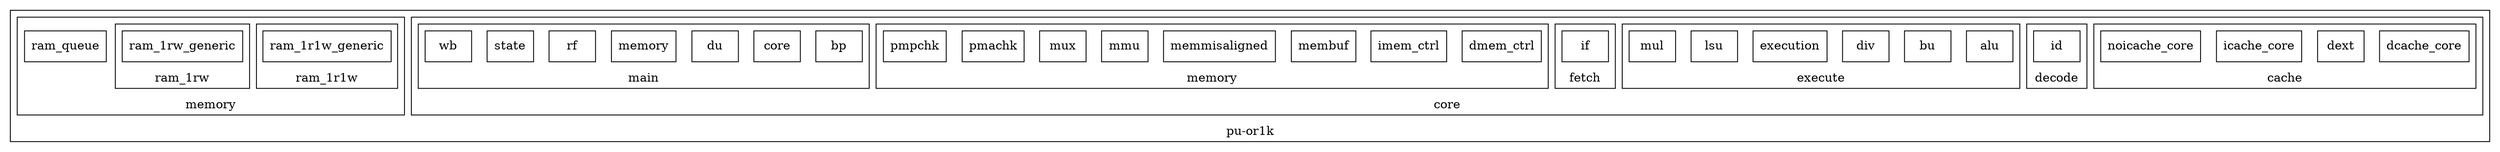
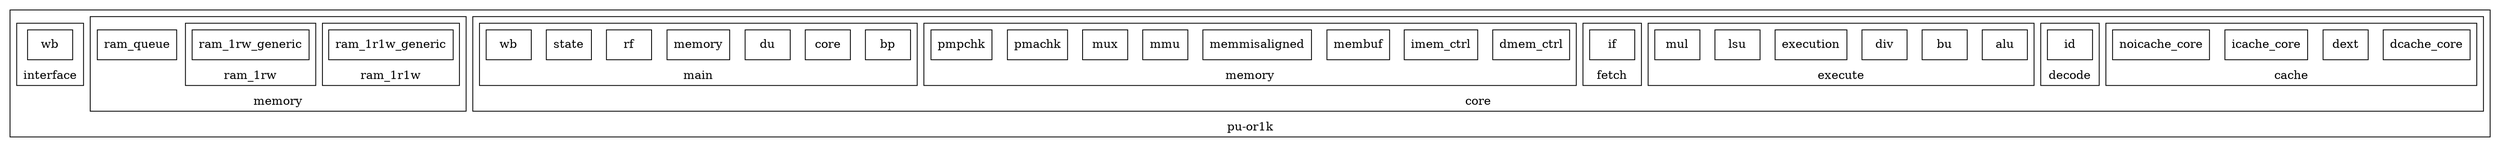
digraph Project {
  // Introduction
  graph [rankdir = BT, splines=ortho];
  node[shape=record];

  // Blocks
  subgraph "cluster pu-or1k" { label = "pu-or1k";
    subgraph "cluster core" { label = "core";
      subgraph "cluster cache" { label = "cache";
        dcache_core[shape=box, label="dcache_core"];
        dext[shape=box, label="dext"];
        icache_core[shape=box, label="icache_core"];
        noicache_core[shape=box, label="noicache_core"];
      }
      subgraph "cluster decode" { label = "decode";
        id[shape=box, label="id"];
      }
      subgraph "cluster execute" { label = "execute";
        alu[shape=box, label="alu"];
        bu[shape=box, label="bu"];
        div[shape=box, label="div"];
        execution[shape=box, label="execution"];
        lsu[shape=box, label="lsu"];
        mul[shape=box, label="mul"];
      }
      subgraph "cluster fetch" { label = "fetch";
        if[shape=box, label="if"];
      }
      subgraph "cluster memory" { label = "memory";
        dmem_ctrl[shape=box, label="dmem_ctrl"];
        imem_ctrl[shape=box, label="imem_ctrl"];
        membuf[shape=box, label="membuf"];
        memmisaligned[shape=box, label="memmisaligned"];
        mmu[shape=box, label="mmu"];
        mux[shape=box, label="mux"];
        pmachk[shape=box, label="pmachk"];
        pmpchk[shape=box, label="pmpchk"];
      }
      subgraph "cluster main" { label = "main";
        bp[shape=box, label="bp"];
        core[shape=box, label="core"];
        du[shape=box, label="du"];
        memory[shape=box, label="memory"];
        rf[shape=box, label="rf"];
        state[shape=box, label="state"];
        wb[shape=box, label="wb"];
      }
    }
    subgraph "cluster memory" { label = "memory";
      subgraph "cluster ram_1r1w" { label = "ram_1r1w";
        ram_1r1w_generic[shape=box, label="ram_1r1w_generic"];
      }
      subgraph "cluster ram_1rw" { label = "ram_1rw";
        ram_1rw_generic[shape=box, label="ram_1rw_generic"];
      }
      ram_queue[shape=box, label="ram_queue"];
    }
    subgraph "cluster interface" { label = "interface";
-       wb[shape=box, label="wb"];
+       bus_wb[shape=box, label="wb"];
    }
  }
}
